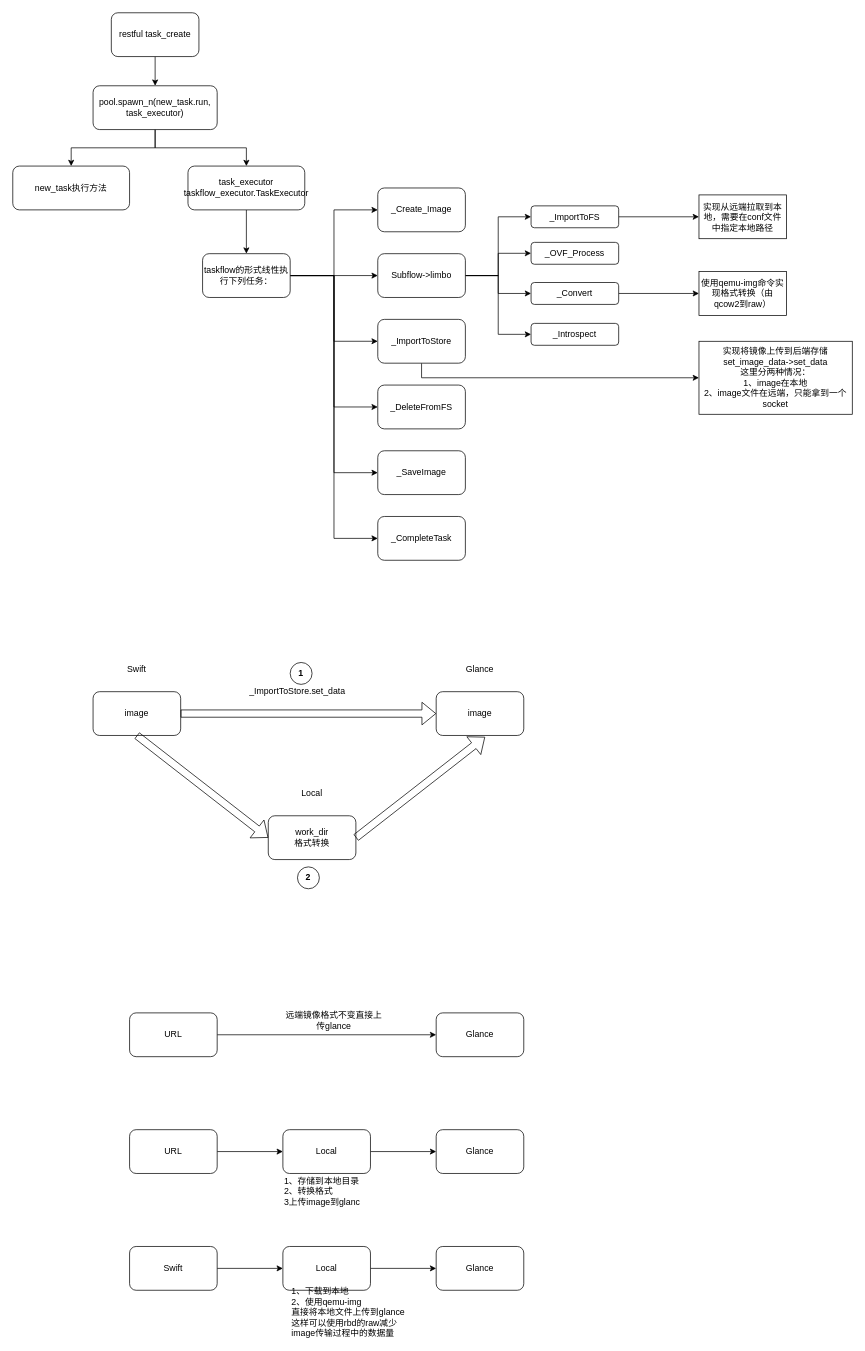
Before: tasks执行流程.drawio in AndyLee130827/draw_io, a draw.io diagram. Source tidied: cells renumbered, new cells numbered last; positions are measured from the earlier drawing's top-left corner, leaving out a move shared by most shapes. Both pictures are drawn from the tidied source at 73%, with x=0, y=0 at pixel (12, 12).
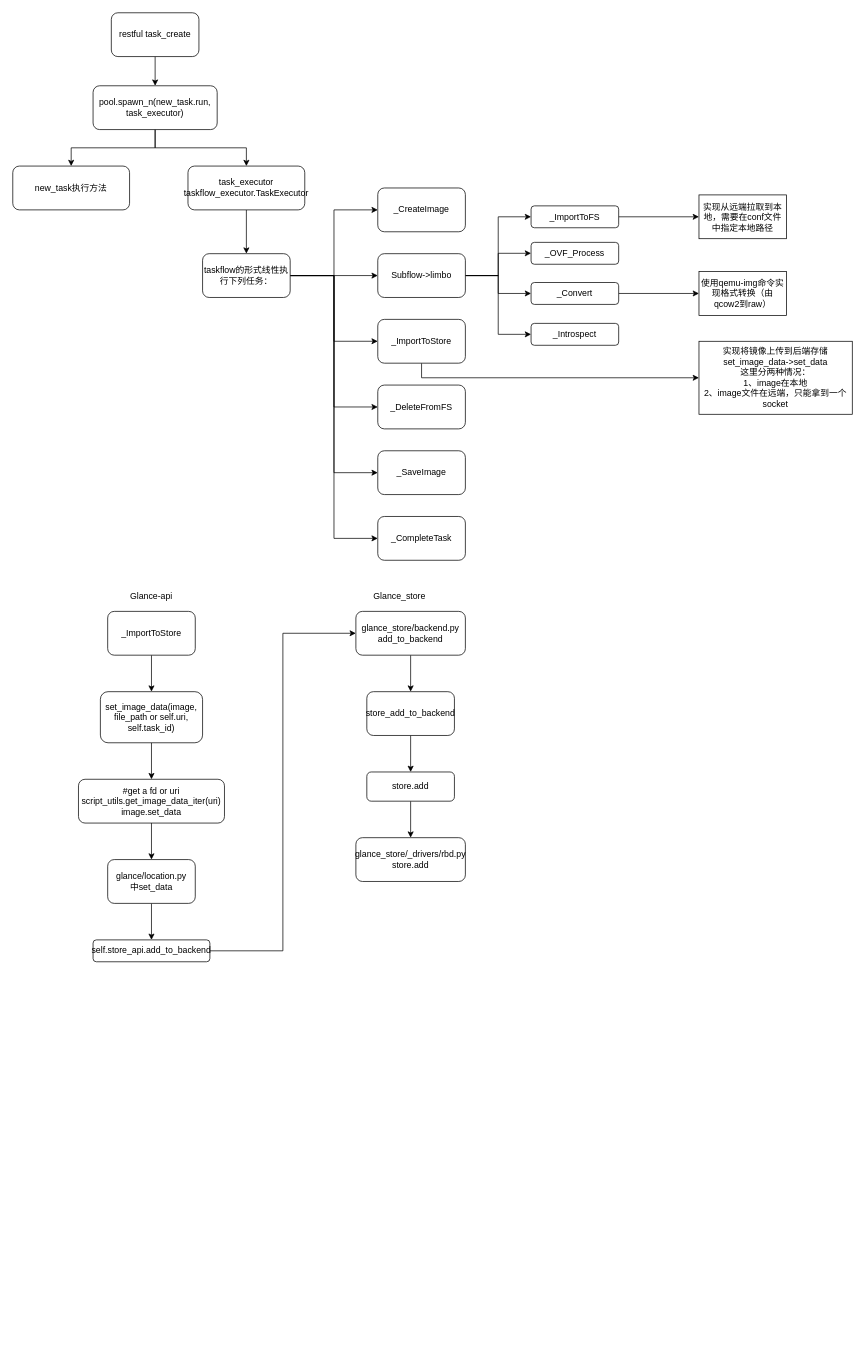
After the change.

Commit message:
已添加 tasks执行流程.drawio

The edit, as a diff of the source:
```diff
@@
-    <mxCell id="15" value="_Create_Image" style="rounded=1;whiteSpace=wrap;html=1;" parent="1" vertex="1">
+    <mxCell id="15" value="_CreateImage" style="rounded=1;whiteSpace=wrap;html=1;" parent="1" vertex="1">
       <mxGeometry x="500" y="240" width="120" height="60" as="geometry" />
     </mxCell>
@@
-    <mxCell id="37" value="image" style="rounded=1;whiteSpace=wrap;html=1;" parent="1" vertex="1">
-      <mxGeometry x="110" y="930" width="120" height="60" as="geometry" />
-    </mxCell>
-    <mxCell id="38" value="Swift" style="text;html=1;strokeColor=none;fillColor=none;align=center;verticalAlign=middle;whiteSpace=wrap;rounded=0;" parent="1" vertex="1">
-      <mxGeometry x="120" y="890" width="100" height="20" as="geometry" />
-    </mxCell>
-    <mxCell id="39" value="work_dir&lt;br&gt;格式转换" style="rounded=1;whiteSpace=wrap;html=1;" parent="1" vertex="1">
-      <mxGeometry x="350" y="1100" width="120" height="60" as="geometry" />
-    </mxCell>
-    <mxCell id="40" value="Local" style="text;html=1;strokeColor=none;fillColor=none;align=center;verticalAlign=middle;whiteSpace=wrap;rounded=0;" parent="1" vertex="1">
-      <mxGeometry x="390" y="1060" width="40" height="20" as="geometry" />
-    </mxCell>
-    <mxCell id="41" value="image" style="rounded=1;whiteSpace=wrap;html=1;" parent="1" vertex="1">
-      <mxGeometry x="580" y="930" width="120" height="60" as="geometry" />
-    </mxCell>
-    <mxCell id="42" value="Glance" style="text;html=1;strokeColor=none;fillColor=none;align=center;verticalAlign=middle;whiteSpace=wrap;rounded=0;" parent="1" vertex="1">
-      <mxGeometry x="590" y="890" width="100" height="20" as="geometry" />
-    </mxCell>
-    <mxCell id="43" style="shape=flexArrow;endArrow=classic;html=1;entryX=0;entryY=0.5;entryDx=0;entryDy=0;" parent="1" edge="1" target="41">
-      <mxGeometry relative="1" as="geometry">
-        <mxPoint x="230" y="960" as="sourcePoint" />
-      </mxGeometry>
-    </mxCell>
-    <mxCell id="44" style="shape=flexArrow;endArrow=classic;html=1;entryX=0;entryY=0.5;entryDx=0;entryDy=0;exitX=0.5;exitY=1;exitDx=0;exitDy=0;" parent="1" edge="1" source="37" target="39">
-      <mxGeometry relative="1" as="geometry" />
-    </mxCell>
-    <mxCell id="45" style="shape=flexArrow;endArrow=classic;html=1;entryX=0.558;entryY=1.033;entryDx=0;entryDy=0;entryPerimeter=0;exitX=1;exitY=0.5;exitDx=0;exitDy=0;" parent="1" edge="1" source="39" target="41">
-      <mxGeometry relative="1" as="geometry" />
-    </mxCell>
-    <mxCell id="46" value="_ImportToStore.set_data" style="text;html=1;strokeColor=none;fillColor=none;align=center;verticalAlign=middle;whiteSpace=wrap;rounded=0;" parent="1" vertex="1">
-      <mxGeometry x="370" y="920" width="40" height="20" as="geometry" />
-    </mxCell>
-    <mxCell id="47" value="&lt;b&gt;1&lt;/b&gt;" style="ellipse;whiteSpace=wrap;html=1;" parent="1" vertex="1">
-      <mxGeometry x="380" y="890" width="30" height="30" as="geometry" />
-    </mxCell>
-    <mxCell id="48" value="&lt;b&gt;2&lt;/b&gt;" style="ellipse;whiteSpace=wrap;html=1;" parent="1" vertex="1">
-      <mxGeometry x="390" y="1170" width="30" height="30" as="geometry" />
-    </mxCell>
-    <mxCell id="49" style="edgeStyle=orthogonalEdgeStyle;rounded=0;jettySize=auto;html=1;entryX=0;entryY=0.5;entryDx=0;entryDy=0;" parent="1" edge="1" source="50" target="51">
-      <mxGeometry relative="1" as="geometry" />
-    </mxCell>
-    <mxCell id="50" value="URL" style="rounded=1;whiteSpace=wrap;html=1;" parent="1" vertex="1">
-      <mxGeometry x="160" y="1370" width="120" height="60" as="geometry" />
-    </mxCell>
-    <mxCell id="51" value="Glance" style="rounded=1;whiteSpace=wrap;html=1;" parent="1" vertex="1">
-      <mxGeometry x="580" y="1370" width="120" height="60" as="geometry" />
-    </mxCell>
-    <mxCell id="52" value="远端镜像格式不变直接上传glance" style="text;html=1;strokeColor=none;fillColor=none;align=center;verticalAlign=middle;whiteSpace=wrap;rounded=0;" parent="1" vertex="1">
-      <mxGeometry x="370" y="1370" width="140" height="20" as="geometry" />
-    </mxCell>
-    <mxCell id="53" style="edgeStyle=orthogonalEdgeStyle;rounded=0;jettySize=auto;html=1;entryX=0;entryY=0.5;entryDx=0;entryDy=0;" parent="1" edge="1" source="54" target="56">
-      <mxGeometry relative="1" as="geometry" />
-    </mxCell>
-    <mxCell id="54" value="URL" style="rounded=1;whiteSpace=wrap;html=1;" parent="1" vertex="1">
-      <mxGeometry x="160" y="1530" width="120" height="60" as="geometry" />
-    </mxCell>
-    <mxCell id="55" style="edgeStyle=orthogonalEdgeStyle;rounded=0;jettySize=auto;html=1;" parent="1" edge="1" source="56" target="57">
-      <mxGeometry relative="1" as="geometry" />
-    </mxCell>
-    <mxCell id="56" value="Local" style="rounded=1;whiteSpace=wrap;html=1;" parent="1" vertex="1">
-      <mxGeometry x="370" y="1530" width="120" height="60" as="geometry" />
-    </mxCell>
-    <mxCell id="57" value="Glance" style="rounded=1;whiteSpace=wrap;html=1;" parent="1" vertex="1">
-      <mxGeometry x="580" y="1530" width="120" height="60" as="geometry" />
-    </mxCell>
-    <mxCell id="58" value="1、存储到本地目录&lt;br&gt;2、转换格式&lt;br&gt;3上传image到glanc" style="text;html=1;strokeColor=none;fillColor=none;align=left;verticalAlign=middle;whiteSpace=wrap;rounded=0;" parent="1" vertex="1">
-      <mxGeometry x="370" y="1590" width="152.5" height="50" as="geometry" />
-    </mxCell>
-    <mxCell id="59" style="edgeStyle=orthogonalEdgeStyle;rounded=0;jettySize=auto;html=1;entryX=0;entryY=0.5;entryDx=0;entryDy=0;" parent="1" edge="1" source="60" target="62">
-      <mxGeometry relative="1" as="geometry" />
-    </mxCell>
-    <mxCell id="60" value="Swift" style="rounded=1;whiteSpace=wrap;html=1;" parent="1" vertex="1">
-      <mxGeometry x="160" y="1690" width="120" height="60" as="geometry" />
-    </mxCell>
-    <mxCell id="61" style="edgeStyle=orthogonalEdgeStyle;rounded=0;jettySize=auto;html=1;entryX=0;entryY=0.5;entryDx=0;entryDy=0;" parent="1" edge="1" source="62" target="63">
-      <mxGeometry relative="1" as="geometry" />
-    </mxCell>
-    <mxCell id="62" value="Local" style="rounded=1;whiteSpace=wrap;html=1;" parent="1" vertex="1">
-      <mxGeometry x="370" y="1690" width="120" height="60" as="geometry" />
-    </mxCell>
-    <mxCell id="63" value="Glance" style="rounded=1;whiteSpace=wrap;html=1;" parent="1" vertex="1">
-      <mxGeometry x="580" y="1690" width="120" height="60" as="geometry" />
-    </mxCell>
-    <mxCell id="64" value="1、下载到本地&lt;br&gt;2、使用qemu-img&lt;br&gt;直接将本地文件上传到glance&lt;br&gt;这样可以使用rbd的raw减少image传输过程中的数据量" style="text;html=1;strokeColor=none;fillColor=none;align=left;verticalAlign=middle;whiteSpace=wrap;rounded=0;" parent="1" vertex="1">
-      <mxGeometry x="380" y="1770" width="170" height="20" as="geometry" />
-    </mxCell>
+    <mxCell id="65" style="edgeStyle=orthogonalEdgeStyle;rounded=0;jettySize=auto;html=1;entryX=0.5;entryY=0;entryDx=0;entryDy=0;" parent="1" edge="1" source="66" target="68">
+      <mxGeometry relative="1" as="geometry" />
+    </mxCell>
+    <mxCell id="66" value="&lt;span&gt;_ImportToStore&lt;/span&gt;" style="rounded=1;whiteSpace=wrap;html=1;" parent="1" vertex="1">
+      <mxGeometry x="130" y="820" width="120" height="60" as="geometry" />
+    </mxCell>
+    <mxCell id="67" style="edgeStyle=orthogonalEdgeStyle;rounded=0;jettySize=auto;html=1;entryX=0.5;entryY=0;entryDx=0;entryDy=0;" parent="1" edge="1" source="68" target="70">
+      <mxGeometry relative="1" as="geometry" />
+    </mxCell>
+    <mxCell id="68" value="set_image_data(image, file_path or self.uri, self.task_id)" style="rounded=1;whiteSpace=wrap;html=1;" parent="1" vertex="1">
+      <mxGeometry x="120" y="930" width="140" height="70" as="geometry" />
+    </mxCell>
+    <mxCell id="69" style="edgeStyle=orthogonalEdgeStyle;rounded=0;jettySize=auto;html=1;entryX=0.5;entryY=0;entryDx=0;entryDy=0;" parent="1" edge="1" source="70" target="72">
+      <mxGeometry relative="1" as="geometry" />
+    </mxCell>
+    <mxCell id="70" value="#get a fd or uri&lt;br&gt;script_utils.get_image_data_iter(uri)&lt;br&gt;image.set_data" style="rounded=1;whiteSpace=wrap;html=1;" parent="1" vertex="1">
+      <mxGeometry x="90" y="1050" width="200" height="60" as="geometry" />
+    </mxCell>
+    <mxCell id="71" style="edgeStyle=orthogonalEdgeStyle;rounded=0;jettySize=auto;html=1;entryX=0.5;entryY=0;entryDx=0;entryDy=0;" parent="1" edge="1" source="72" target="74">
+      <mxGeometry relative="1" as="geometry" />
+    </mxCell>
+    <mxCell id="72" value="glance/location.py&lt;br&gt;中set_data" style="rounded=1;whiteSpace=wrap;html=1;" parent="1" vertex="1">
+      <mxGeometry x="130" y="1160" width="120" height="60" as="geometry" />
+    </mxCell>
+    <mxCell id="73" style="edgeStyle=orthogonalEdgeStyle;rounded=0;jettySize=auto;html=1;entryX=0;entryY=0.5;entryDx=0;entryDy=0;" parent="1" edge="1" source="74" target="76">
+      <mxGeometry relative="1" as="geometry" />
+    </mxCell>
+    <mxCell id="74" value="self.store_api.add_to_backend" style="rounded=1;whiteSpace=wrap;html=1;" parent="1" vertex="1">
+      <mxGeometry x="110" y="1270" width="160" height="30" as="geometry" />
+    </mxCell>
+    <mxCell id="75" style="edgeStyle=orthogonalEdgeStyle;rounded=0;jettySize=auto;html=1;" parent="1" edge="1" source="76" target="80">
+      <mxGeometry relative="1" as="geometry" />
+    </mxCell>
+    <mxCell id="76" value="glance_store/backend.py&lt;br&gt;add_to_backend" style="rounded=1;whiteSpace=wrap;html=1;" parent="1" vertex="1">
+      <mxGeometry x="470" y="820" width="150" height="60" as="geometry" />
+    </mxCell>
+    <mxCell id="77" value="Glance_store" style="text;html=1;strokeColor=none;fillColor=none;align=center;verticalAlign=middle;whiteSpace=wrap;rounded=0;" parent="1" vertex="1">
+      <mxGeometry x="490" y="790" width="80" height="20" as="geometry" />
+    </mxCell>
+    <mxCell id="78" value="Glance-api" style="text;html=1;strokeColor=none;fillColor=none;align=center;verticalAlign=middle;whiteSpace=wrap;rounded=0;" parent="1" vertex="1">
+      <mxGeometry x="140" y="790" width="100" height="20" as="geometry" />
+    </mxCell>
+    <mxCell id="79" style="edgeStyle=orthogonalEdgeStyle;rounded=0;jettySize=auto;html=1;entryX=0.5;entryY=0;entryDx=0;entryDy=0;" parent="1" edge="1" source="80" target="82">
+      <mxGeometry relative="1" as="geometry" />
+    </mxCell>
+    <mxCell id="80" value="store_add_to_backend" style="rounded=1;whiteSpace=wrap;html=1;" parent="1" vertex="1">
+      <mxGeometry x="485" y="930" width="120" height="60" as="geometry" />
+    </mxCell>
+    <mxCell id="81" style="edgeStyle=orthogonalEdgeStyle;rounded=0;jettySize=auto;html=1;entryX=0.5;entryY=0;entryDx=0;entryDy=0;" parent="1" edge="1" source="82" target="83">
+      <mxGeometry relative="1" as="geometry" />
+    </mxCell>
+    <mxCell id="82" value="store.add" style="rounded=1;whiteSpace=wrap;html=1;" parent="1" vertex="1">
+      <mxGeometry x="485" y="1040" width="120" height="40" as="geometry" />
+    </mxCell>
+    <mxCell id="83" value="glance_store/_drivers/rbd.py&lt;br&gt;store.add" style="rounded=1;whiteSpace=wrap;html=1;" parent="1" vertex="1">
+      <mxGeometry x="470" y="1130" width="150" height="60" as="geometry" />
+    </mxCell>
```
